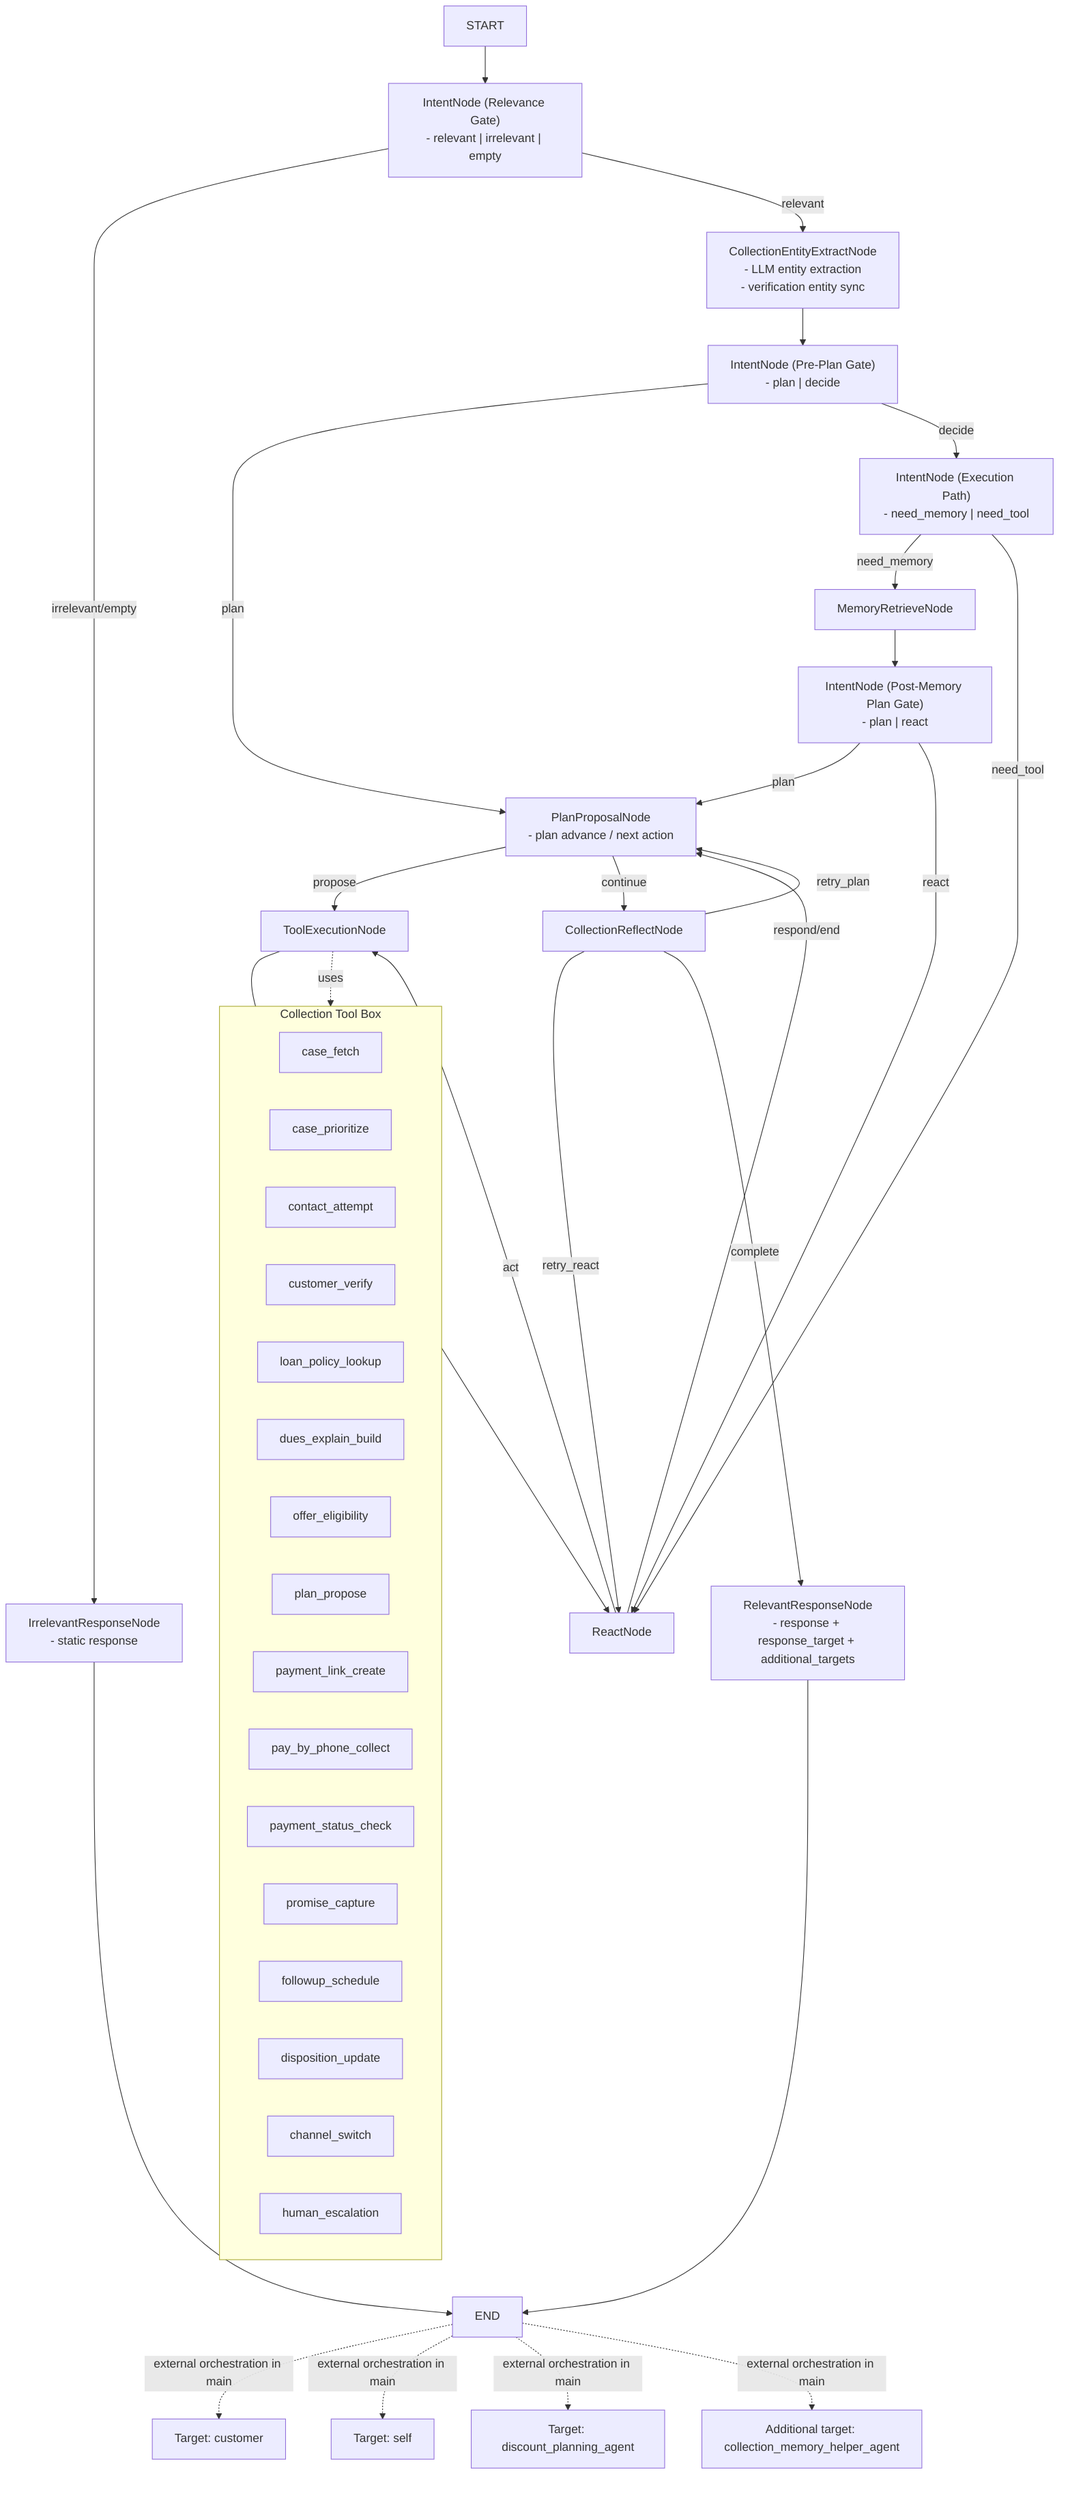
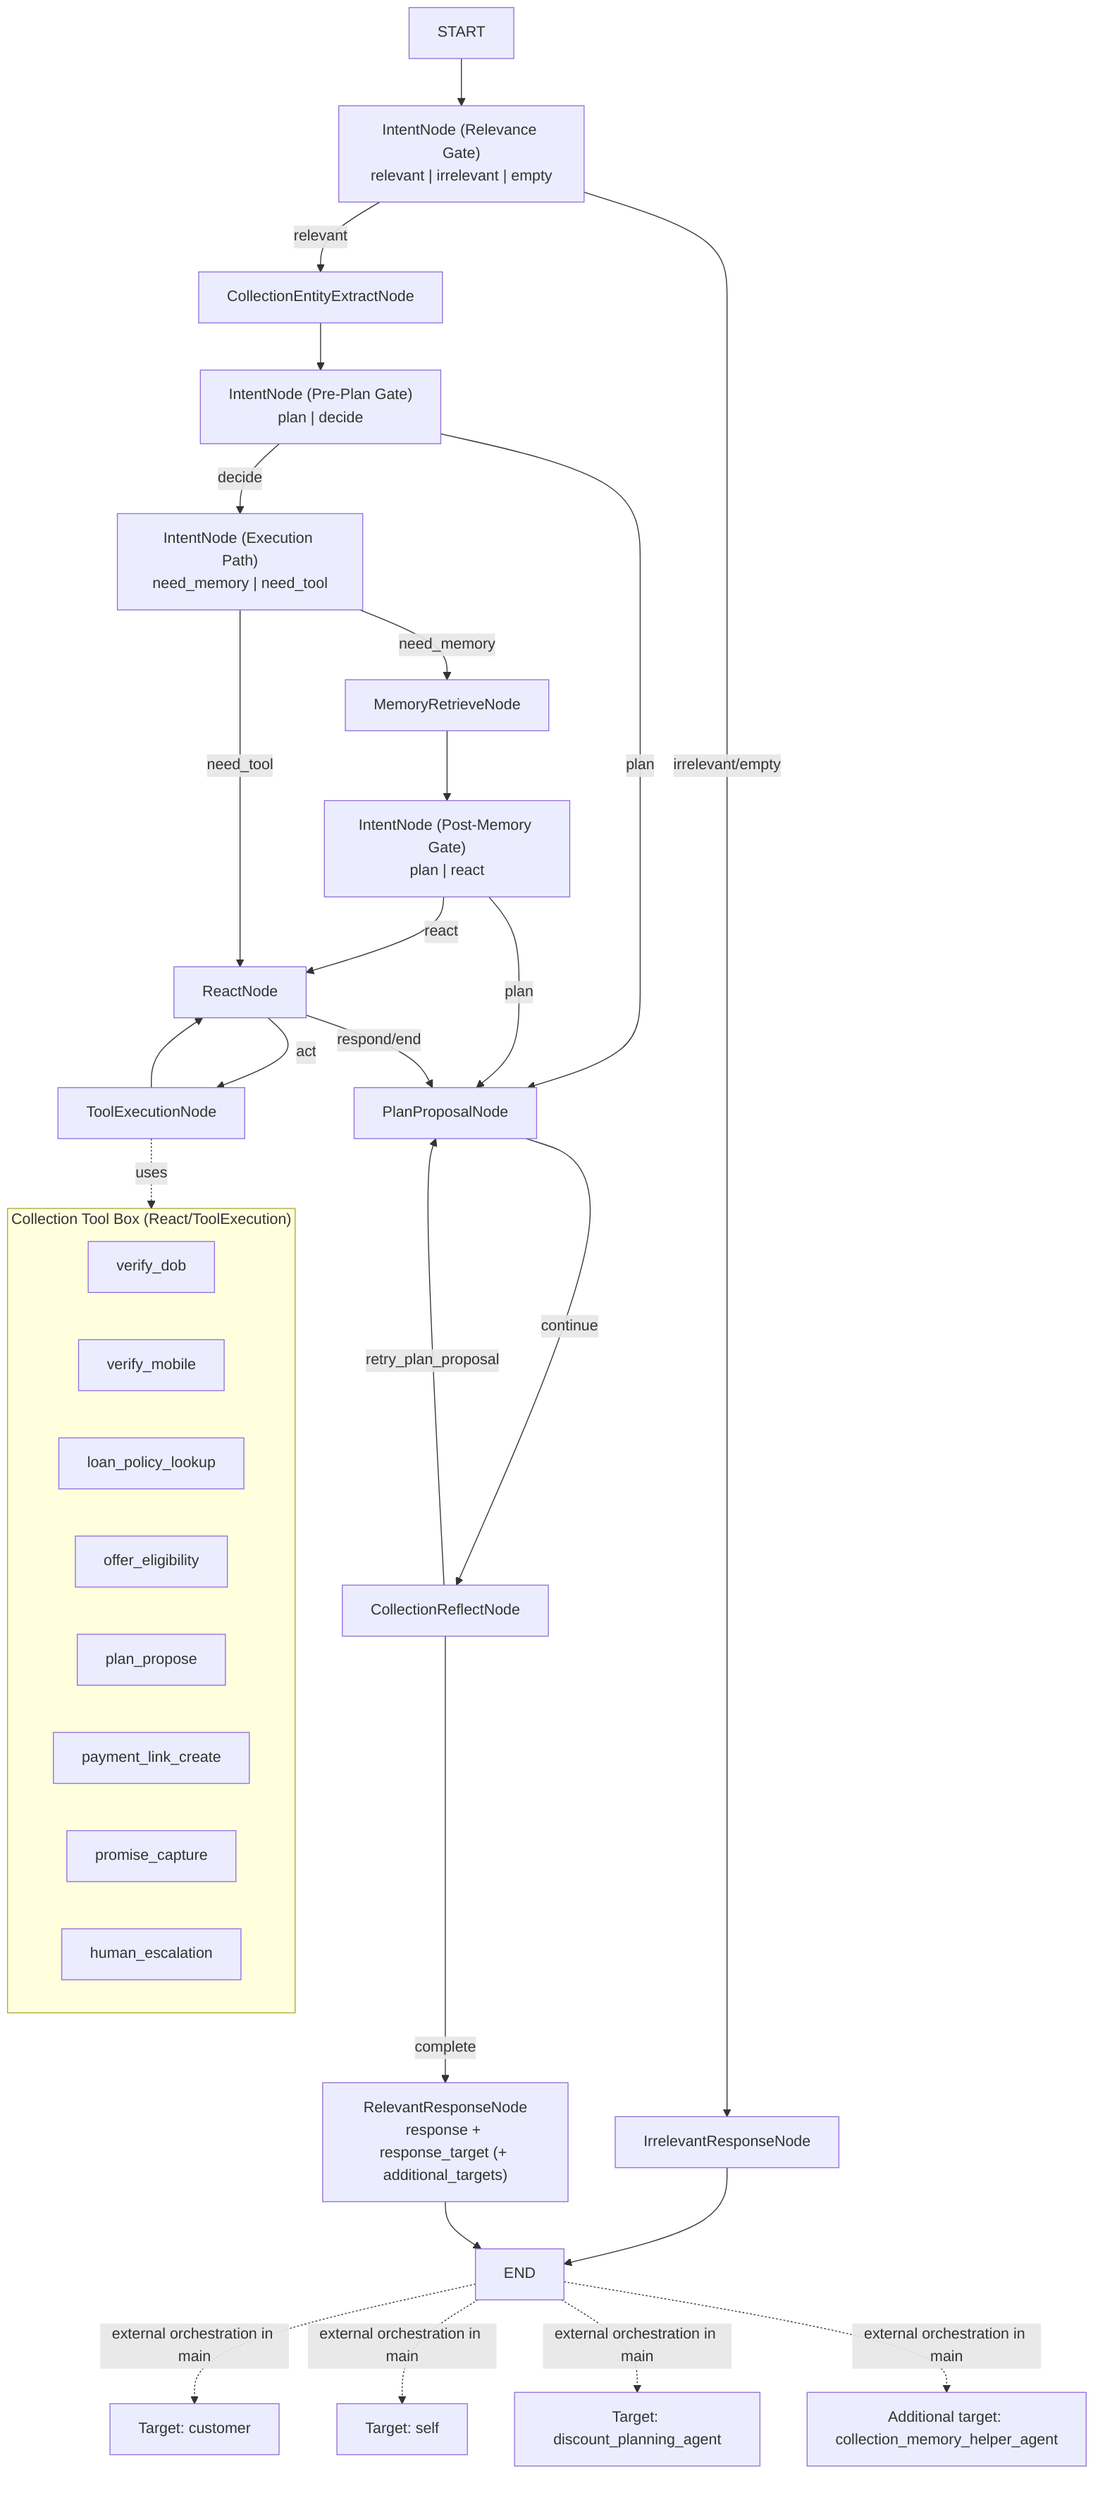
flowchart TD
-   Start["START"] --> IN["IntentNode (Relevance Gate)\n- relevant | irrelevant | empty"]
-   IN -->|irrelevant/empty| IR["IrrelevantResponseNode\n- static response"]
+   Start["START"] --> IN["IntentNode (Relevance Gate)\nrelevant | irrelevant | empty"]
+   IN -->|irrelevant/empty| IR["IrrelevantResponseNode"]
  IR --> End["END"]

-   IN -->|relevant| EN["CollectionEntityExtractNode\n- LLM entity extraction\n- verification entity sync"]
-   EN --> PG["IntentNode (Pre-Plan Gate)\n- plan | decide"]
-   PG -->|plan| PP["PlanProposalNode\n- plan advance / next action"]
-   PG -->|decide| XP["IntentNode (Execution Path)\n- need_memory | need_tool"]
+   IN -->|relevant| EN["CollectionEntityExtractNode"]
+   EN --> PG["IntentNode (Pre-Plan Gate)\nplan | decide"]
+   PG -->|plan| PP["PlanProposalNode"]
+   PG -->|decide| XP["IntentNode (Execution Path)\nneed_memory | need_tool"]

  XP -->|need_memory| MR["MemoryRetrieveNode"]
-   MR --> PM["IntentNode (Post-Memory Plan Gate)\n- plan | react"]
+   MR --> PM["IntentNode (Post-Memory Gate)\nplan | react"]
  PM -->|plan| PP
  PM -->|react| RN["ReactNode"]

  XP -->|need_tool| RN
  RN -->|act| TE["ToolExecutionNode"]
  TE --> RN
  RN -->|respond/end| PP

-   PP -->|propose| TE
  PP -->|continue| RF["CollectionReflectNode"]
- 
-   RF -->|retry_react| RN
-   RF -->|retry_plan| PP
-   RF -->|complete| RR["RelevantResponseNode\n- response + response_target + additional_targets"]
+   RF -->|retry_plan_proposal| PP
+   RF -->|complete| RR["RelevantResponseNode\nresponse + response_target (+ additional_targets)"]
  RR --> End

-   End -.external orchestration in main.-> X1["Target: customer"]
-   End -.external orchestration in main.-> X2["Target: self"]
-   End -.external orchestration in main.-> X3["Target: discount_planning_agent"]
-   End -.external orchestration in main.-> X4["Additional target: collection_memory_helper_agent"]
+   End -. external orchestration in main .-> X1["Target: customer"]
+   End -. external orchestration in main .-> X2["Target: self"]
+   End -. external orchestration in main .-> X3["Target: discount_planning_agent"]
+   End -. external orchestration in main .-> X4["Additional target: collection_memory_helper_agent"]

-   subgraph TBOX["Collection Tool Box"]
-     T1["case_fetch"]
-     T2["case_prioritize"]
-     T3["contact_attempt"]
-     T4["customer_verify"]
-     T5["loan_policy_lookup"]
-     T6["dues_explain_build"]
-     T7["offer_eligibility"]
-     T8["plan_propose"]
-     T9["payment_link_create"]
-     T10["pay_by_phone_collect"]
-     T11["payment_status_check"]
-     T12["promise_capture"]
-     T13["followup_schedule"]
-     T14["disposition_update"]
-     T15["channel_switch"]
-     T16["human_escalation"]
+   subgraph TBOX["Collection Tool Box (React/ToolExecution)"]
+     T1["verify_dob"]
+     T2["verify_mobile"]
+     T3["loan_policy_lookup"]
+     T4["offer_eligibility"]
+     T5["plan_propose"]
+     T6["payment_link_create"]
+     T7["promise_capture"]
+     T8["human_escalation"]
  end

-   TE -.uses.-> TBOX
+   TE -. uses .-> TBOX
